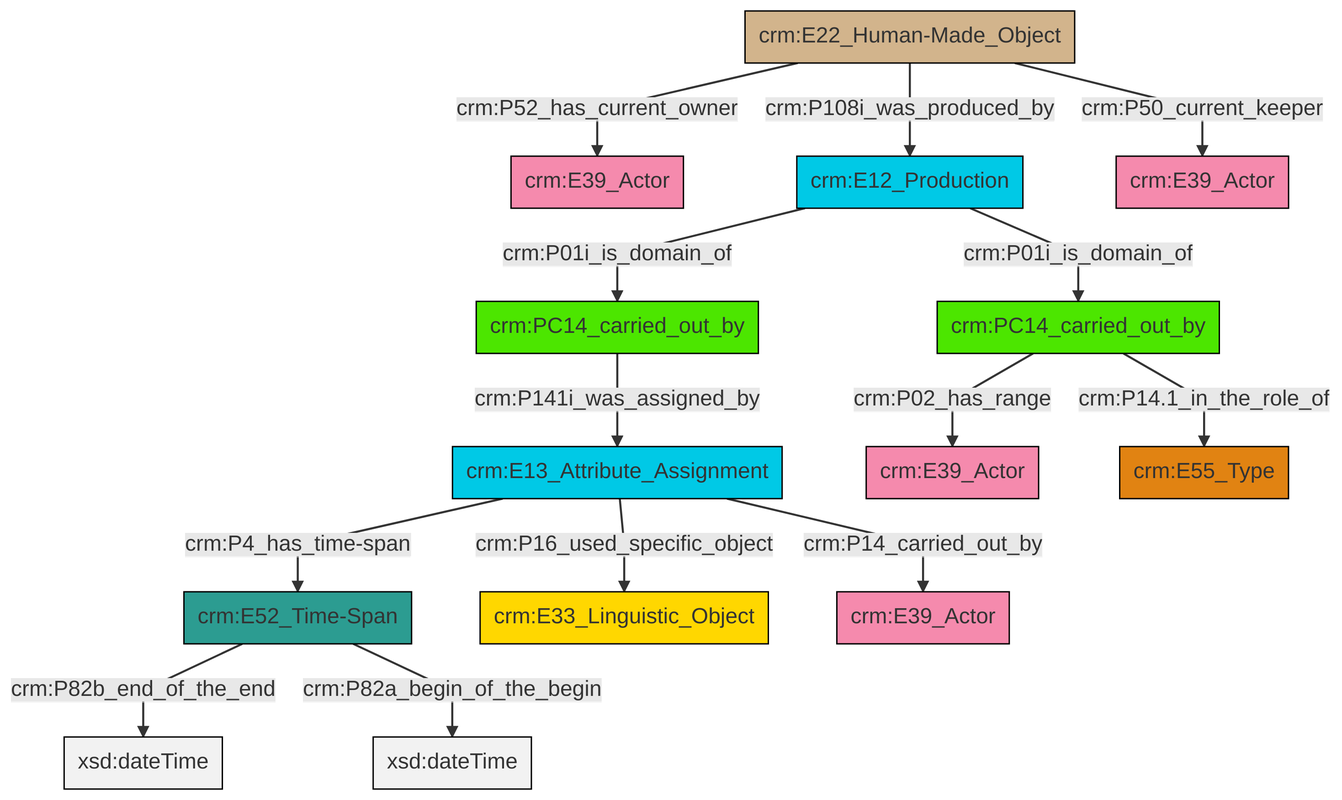
This is et/carrierCSV/ttl/mmd/png/carrier_relations.png from swiss-art-research-net/docs.swissartresearch, a Mermaid export, as it was before one commit. Its source is kept beside it as et/carrierCSV/ttl/mmd/carrier_relations.ttl.mmd. Source of this version:
```mermaid
graph TD
classDef Literal fill:#f2f2f2,stroke:#000000;
classDef CRM_Entity fill:#FFFFFF,stroke:#000000;
classDef Temporal_Entity fill:#00C9E6, stroke:#000000;
classDef Type fill:#E18312, stroke:#000000;
classDef Time-Span fill:#2C9C91, stroke:#000000;
classDef Appellation fill:#FFEB7F, stroke:#000000;
classDef Place fill:#008836, stroke:#000000;
classDef Persistent_Item fill:#B266B2, stroke:#000000;
classDef Conceptual_Object fill:#FFD700, stroke:#000000;
classDef Physical_Thing fill:#D2B48C, stroke:#000000;
classDef Actor fill:#f58aad, stroke:#000000;
classDef PC_Classes fill:#4ce600, stroke:#000000;
classDef Multi fill:#cccccc,stroke:#000000;

2["crm:E13_Attribute_Assignment"]:::Temporal_Entity -->|crm:P4_has_time-span| 3["crm:E52_Time-Span"]:::Time-Span
8["crm:E12_Production"]:::Temporal_Entity -->|crm:P01i_is_domain_of| 4["crm:PC14_carried_out_by"]:::PC_Classes
4["crm:PC14_carried_out_by"]:::PC_Classes -->|crm:P141i_was_assigned_by| 2["crm:E13_Attribute_Assignment"]:::Temporal_Entity
2["crm:E13_Attribute_Assignment"]:::Temporal_Entity -->|crm:P16_used_specific_object| 9["crm:E33_Linguistic_Object"]:::Conceptual_Object
12["crm:PC14_carried_out_by"]:::PC_Classes -->|crm:P14.1_in_the_role_of| 13["crm:E55_Type"]:::Type
12["crm:PC14_carried_out_by"]:::PC_Classes -->|crm:P02_has_range| 6["crm:E39_Actor"]:::Actor
16["crm:E22_Human-Made_Object"]:::Physical_Thing -->|crm:P52_has_current_owner| 0["crm:E39_Actor"]:::Actor
16["crm:E22_Human-Made_Object"]:::Physical_Thing -->|crm:P50_current_keeper| 10["crm:E39_Actor"]:::Actor
2["crm:E13_Attribute_Assignment"]:::Temporal_Entity -->|crm:P14_carried_out_by| 18["crm:E39_Actor"]:::Actor
3["crm:E52_Time-Span"]:::Time-Span -->|crm:P82b_end_of_the_end| 19[xsd:dateTime]:::Literal
3["crm:E52_Time-Span"]:::Time-Span -->|crm:P82a_begin_of_the_begin| 20[xsd:dateTime]:::Literal
8["crm:E12_Production"]:::Temporal_Entity -->|crm:P01i_is_domain_of| 12["crm:PC14_carried_out_by"]:::PC_Classes
16["crm:E22_Human-Made_Object"]:::Physical_Thing -->|crm:P108i_was_produced_by| 8["crm:E12_Production"]:::Temporal_Entity
```
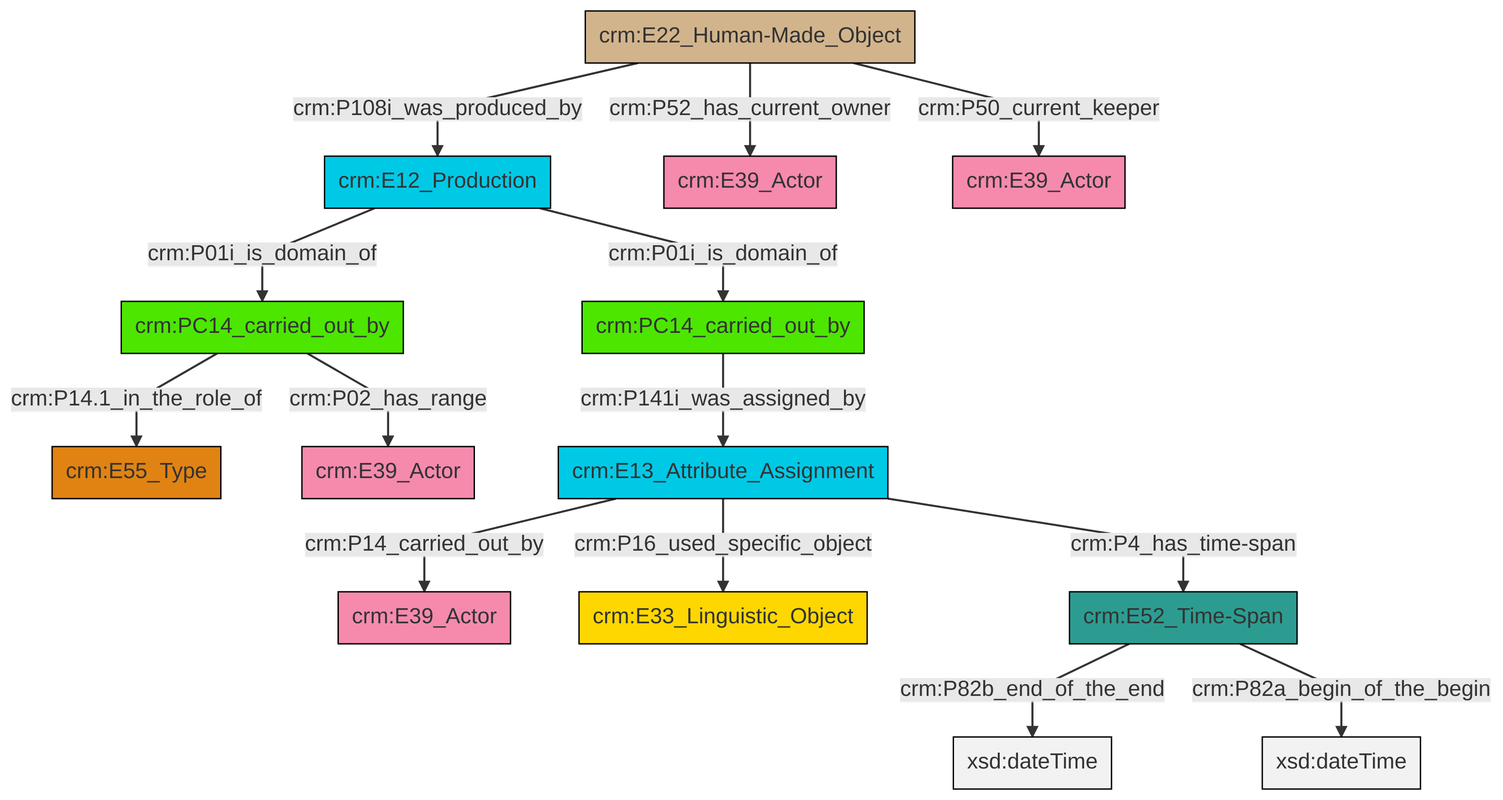
Above is the later version.

Diff of the diagram source:
```diff
@@ -13,16 +13,16 @@
 classDef PC_Classes fill:#4ce600, stroke:#000000;
 classDef Multi fill:#cccccc,stroke:#000000;
 
-2["crm:E13_Attribute_Assignment"]:::Temporal_Entity -->|crm:P4_has_time-span| 3["crm:E52_Time-Span"]:::Time-Span
-8["crm:E12_Production"]:::Temporal_Entity -->|crm:P01i_is_domain_of| 4["crm:PC14_carried_out_by"]:::PC_Classes
-4["crm:PC14_carried_out_by"]:::PC_Classes -->|crm:P141i_was_assigned_by| 2["crm:E13_Attribute_Assignment"]:::Temporal_Entity
-2["crm:E13_Attribute_Assignment"]:::Temporal_Entity -->|crm:P16_used_specific_object| 9["crm:E33_Linguistic_Object"]:::Conceptual_Object
-12["crm:PC14_carried_out_by"]:::PC_Classes -->|crm:P14.1_in_the_role_of| 13["crm:E55_Type"]:::Type
-12["crm:PC14_carried_out_by"]:::PC_Classes -->|crm:P02_has_range| 6["crm:E39_Actor"]:::Actor
-16["crm:E22_Human-Made_Object"]:::Physical_Thing -->|crm:P52_has_current_owner| 0["crm:E39_Actor"]:::Actor
-16["crm:E22_Human-Made_Object"]:::Physical_Thing -->|crm:P50_current_keeper| 10["crm:E39_Actor"]:::Actor
-2["crm:E13_Attribute_Assignment"]:::Temporal_Entity -->|crm:P14_carried_out_by| 18["crm:E39_Actor"]:::Actor
-3["crm:E52_Time-Span"]:::Time-Span -->|crm:P82b_end_of_the_end| 19[xsd:dateTime]:::Literal
-3["crm:E52_Time-Span"]:::Time-Span -->|crm:P82a_begin_of_the_begin| 20[xsd:dateTime]:::Literal
-8["crm:E12_Production"]:::Temporal_Entity -->|crm:P01i_is_domain_of| 12["crm:PC14_carried_out_by"]:::PC_Classes
-16["crm:E22_Human-Made_Object"]:::Physical_Thing -->|crm:P108i_was_produced_by| 8["crm:E12_Production"]:::Temporal_Entity
+0["crm:E12_Production"]:::Temporal_Entity -->|crm:P01i_is_domain_of| 1["crm:PC14_carried_out_by"]:::PC_Classes
+4["crm:E22_Human-Made_Object"]:::Physical_Thing -->|crm:P52_has_current_owner| 2["crm:E39_Actor"]:::Actor
+0["crm:E12_Production"]:::Temporal_Entity -->|crm:P01i_is_domain_of| 9["crm:PC14_carried_out_by"]:::PC_Classes
+10["crm:E13_Attribute_Assignment"]:::Temporal_Entity -->|crm:P14_carried_out_by| 11["crm:E39_Actor"]:::Actor
+9["crm:PC14_carried_out_by"]:::PC_Classes -->|crm:P02_has_range| 7["crm:E39_Actor"]:::Actor
+4["crm:E22_Human-Made_Object"]:::Physical_Thing -->|crm:P108i_was_produced_by| 0["crm:E12_Production"]:::Temporal_Entity
+10["crm:E13_Attribute_Assignment"]:::Temporal_Entity -->|crm:P16_used_specific_object| 13["crm:E33_Linguistic_Object"]:::Conceptual_Object
+16["crm:E52_Time-Span"]:::Time-Span -->|crm:P82b_end_of_the_end| 17[xsd:dateTime]:::Literal
+4["crm:E22_Human-Made_Object"]:::Physical_Thing -->|crm:P50_current_keeper| 19["crm:E39_Actor"]:::Actor
+10["crm:E13_Attribute_Assignment"]:::Temporal_Entity -->|crm:P4_has_time-span| 16["crm:E52_Time-Span"]:::Time-Span
+16["crm:E52_Time-Span"]:::Time-Span -->|crm:P82a_begin_of_the_begin| 22[xsd:dateTime]:::Literal
+1["crm:PC14_carried_out_by"]:::PC_Classes -->|crm:P141i_was_assigned_by| 10["crm:E13_Attribute_Assignment"]:::Temporal_Entity
+9["crm:PC14_carried_out_by"]:::PC_Classes -->|crm:P14.1_in_the_role_of| 5["crm:E55_Type"]:::Type
```
